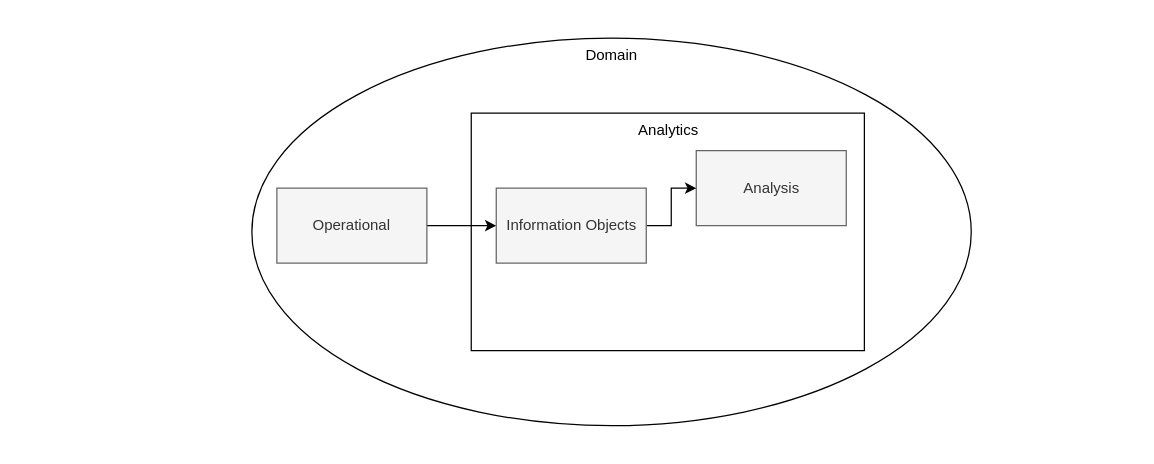
datamesh-architecture/datamesh-architecture.com keeps this draw.io diagram as diagrams/domainteamjourney_level2.drawio. Above is the earlier version. Source tidied: cells renumbered, new cells numbered last; positions are measured from the earlier drawing's top-left corner, leaving out a move shared by most shapes. Both pictures are drawn from the tidied source at 125%, with x=0, y=0 at pixel (21, 21).
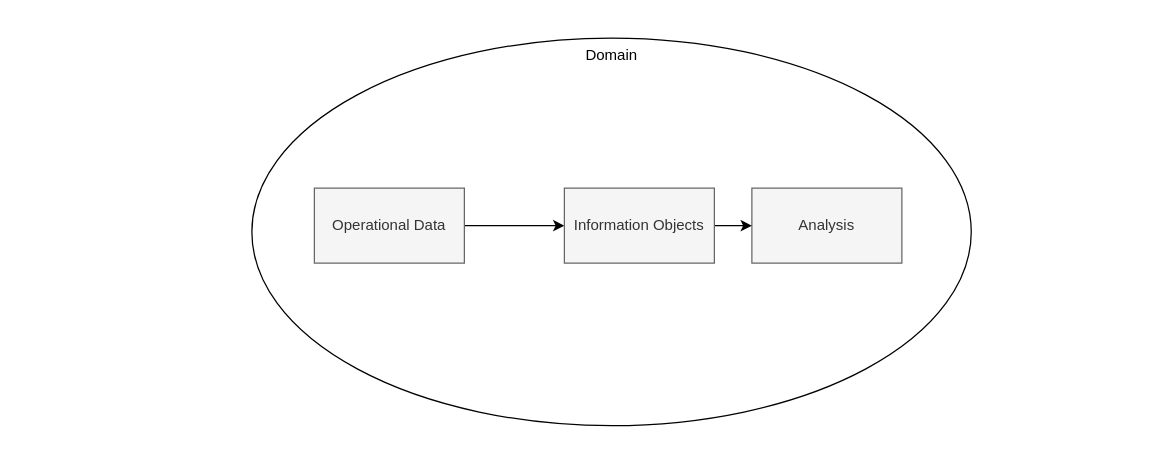
Above is the later version.

Diff of the diagram source:
```diff
@@
 <mxGraphModel>
   <root>
     <mxCell id="0" />
     <mxCell id="1" parent="0" />
+    <mxCell id="9" style="rounded=0;whiteSpace=wrap;html=1;fillColor=none;strokeColor=none;" parent="1" vertex="1">
+      <mxGeometry width="889" height="337" as="geometry" />
+    </mxCell>
     <mxCell id="2" value="Domain" style="ellipse;whiteSpace=wrap;html=1;verticalAlign=top;" parent="1" vertex="1">
       <mxGeometry x="184" y="13" width="575.5" height="310" as="geometry" />
     </mxCell>
-    <mxCell id="3" value="Analytics" style="rounded=0;whiteSpace=wrap;html=1;verticalAlign=top;" parent="1" vertex="1">
-      <mxGeometry x="359.5" y="73" width="314.5" height="190" as="geometry" />
-    </mxCell>
     <mxCell id="4" value="Analysis" style="rounded=0;whiteSpace=wrap;html=1;fillColor=#f5f5f5;fontColor=#333333;strokeColor=#666666;" parent="1" vertex="1">
-      <mxGeometry x="539.5" y="103" width="120" height="60" as="geometry" />
+      <mxGeometry x="584" y="133" width="120" height="60" as="geometry" />
     </mxCell>
     <mxCell id="5" style="edgeStyle=orthogonalEdgeStyle;rounded=0;jettySize=auto;html=1;exitX=1;exitY=0.5;exitDx=0;exitDy=0;" parent="1" edge="1" source="7" target="4">
       <mxGeometry relative="1" as="geometry" />
     </mxCell>
     <mxCell id="6" style="edgeStyle=orthogonalEdgeStyle;rounded=0;jettySize=auto;html=1;startArrow=classic;startFill=1;endArrow=none;endFill=0;" parent="1" edge="1" source="7" target="8">
       <mxGeometry relative="1" as="geometry" />
     </mxCell>
     <mxCell id="7" value="Information Objects" style="rounded=0;whiteSpace=wrap;html=1;fillColor=#f5f5f5;fontColor=#333333;strokeColor=#666666;" parent="1" vertex="1">
-      <mxGeometry x="379.5" y="133" width="120" height="60" as="geometry" />
+      <mxGeometry x="434" y="133" width="120" height="60" as="geometry" />
     </mxCell>
-    <mxCell id="8" value="Operational" style="rounded=0;whiteSpace=wrap;html=1;fillColor=#f5f5f5;fontColor=#333333;strokeColor=#666666;" parent="1" vertex="1">
-      <mxGeometry x="204" y="133" width="120" height="60" as="geometry" />
+    <mxCell id="8" value="Operational Data" style="rounded=0;whiteSpace=wrap;html=1;fillColor=#f5f5f5;fontColor=#333333;strokeColor=#666666;" parent="1" vertex="1">
+      <mxGeometry x="234" y="133" width="120" height="60" as="geometry" />
     </mxCell>
-    <mxCell id="9" style="rounded=0;whiteSpace=wrap;html=1;fillColor=none;strokeColor=none;" parent="1" vertex="1">
-      <mxGeometry width="889" height="337" as="geometry" />
-    </mxCell>
   </root>
 </mxGraphModel>
```
